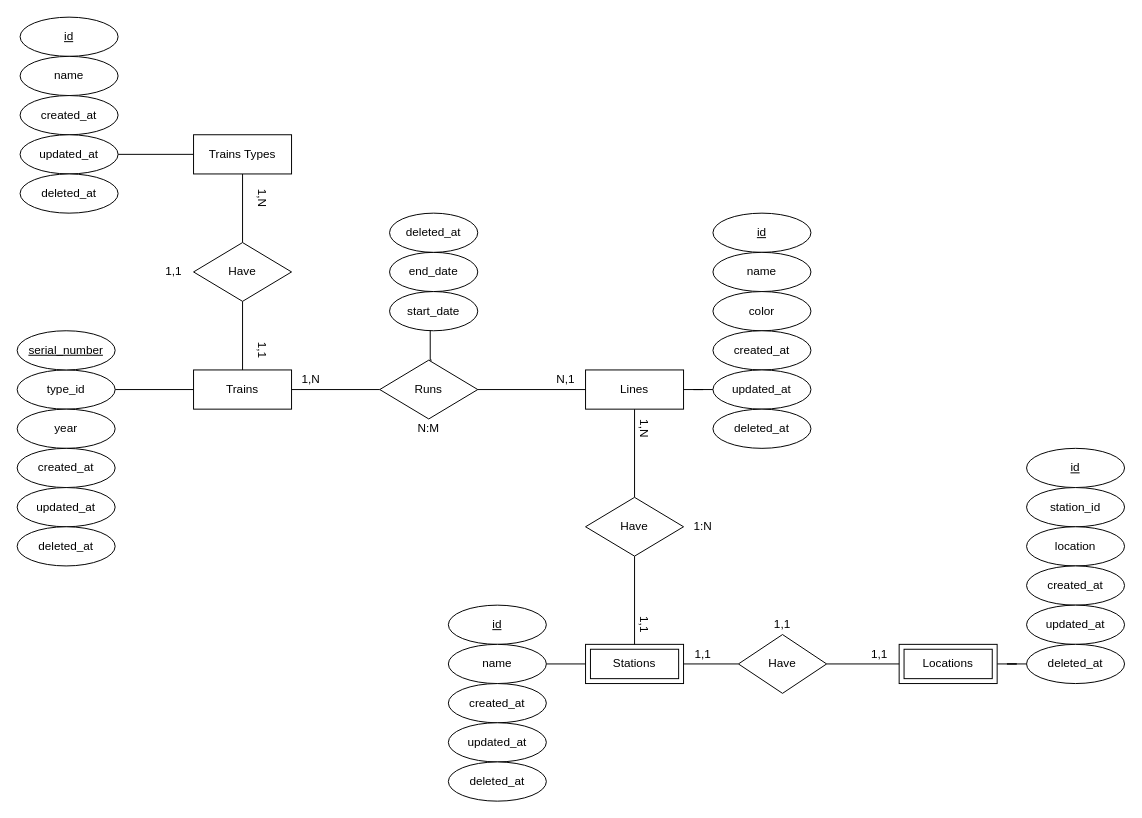
Above: docs/draw-io/diagrama-conceptual.drawio in JuanGomez31/metro-mariadb (draw.io), before the change. Source tidied: cells renumbered, new cells numbered last; positions are measured from the earlier drawing's top-left corner, leaving out a move shared by most shapes. Both pictures are drawn from the tidied source at 98%, with x=0, y=0 at pixel (17, 17).
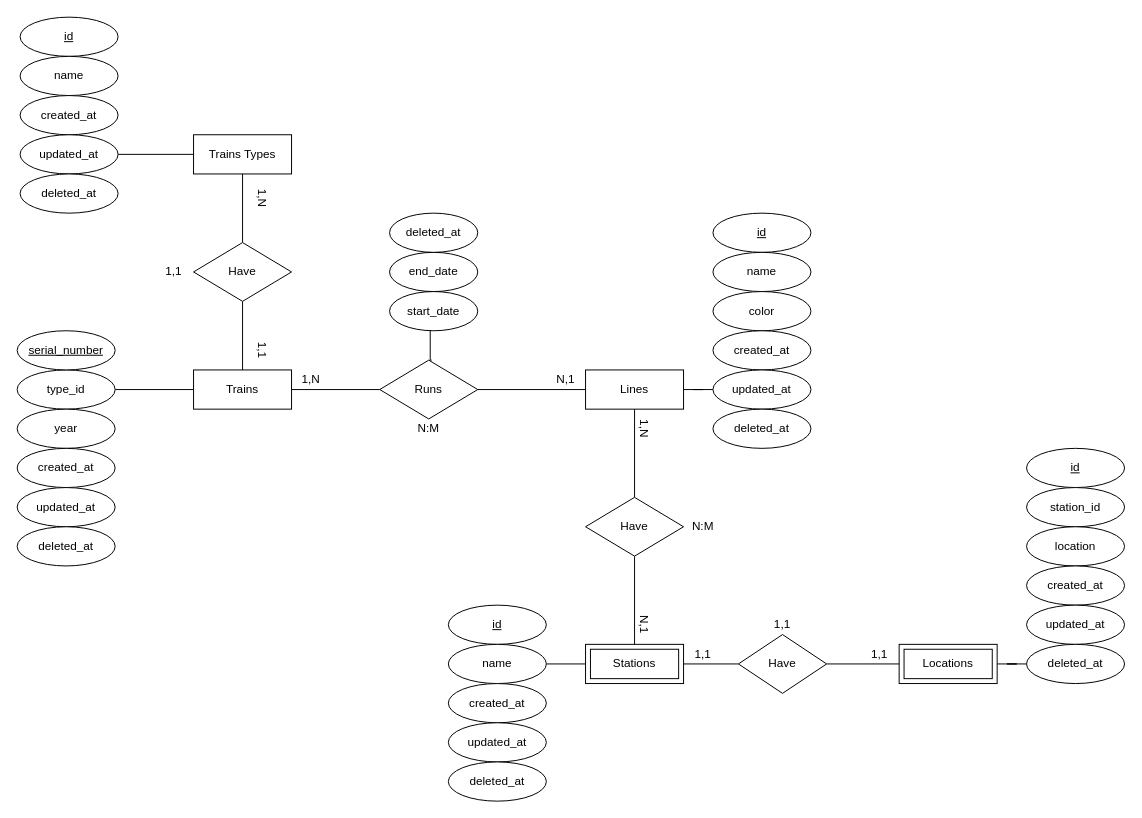
After the change.

Commit message (it also covers changes not shown here):
Corregida relación entre lineas y estaciones ya que se trataba realmente de una relación N:M y no de una 1:N

Diff of the diagram source:
```diff
@@
-    <mxCell id="37" value="1:N" style="text;html=1;strokeColor=none;fillColor=none;align=center;verticalAlign=middle;whiteSpace=wrap;rounded=0;" parent="1" vertex="1">
+    <mxCell id="37" value="N:M" style="text;html=1;strokeColor=none;fillColor=none;align=center;verticalAlign=middle;whiteSpace=wrap;rounded=0;" parent="1" vertex="1">
       <mxGeometry x="680" y="510" width="40" height="20" as="geometry" />
     </mxCell>
@@
-    <mxCell id="39" value="1,1" style="text;html=1;strokeColor=none;fillColor=none;align=center;verticalAlign=middle;whiteSpace=wrap;rounded=0;rotation=90;" parent="1" vertex="1">
+    <mxCell id="39" value="N,1" style="text;html=1;strokeColor=none;fillColor=none;align=center;verticalAlign=middle;whiteSpace=wrap;rounded=0;rotation=90;" parent="1" vertex="1">
       <mxGeometry x="620" y="610" width="40" height="20" as="geometry" />
     </mxCell>
```
